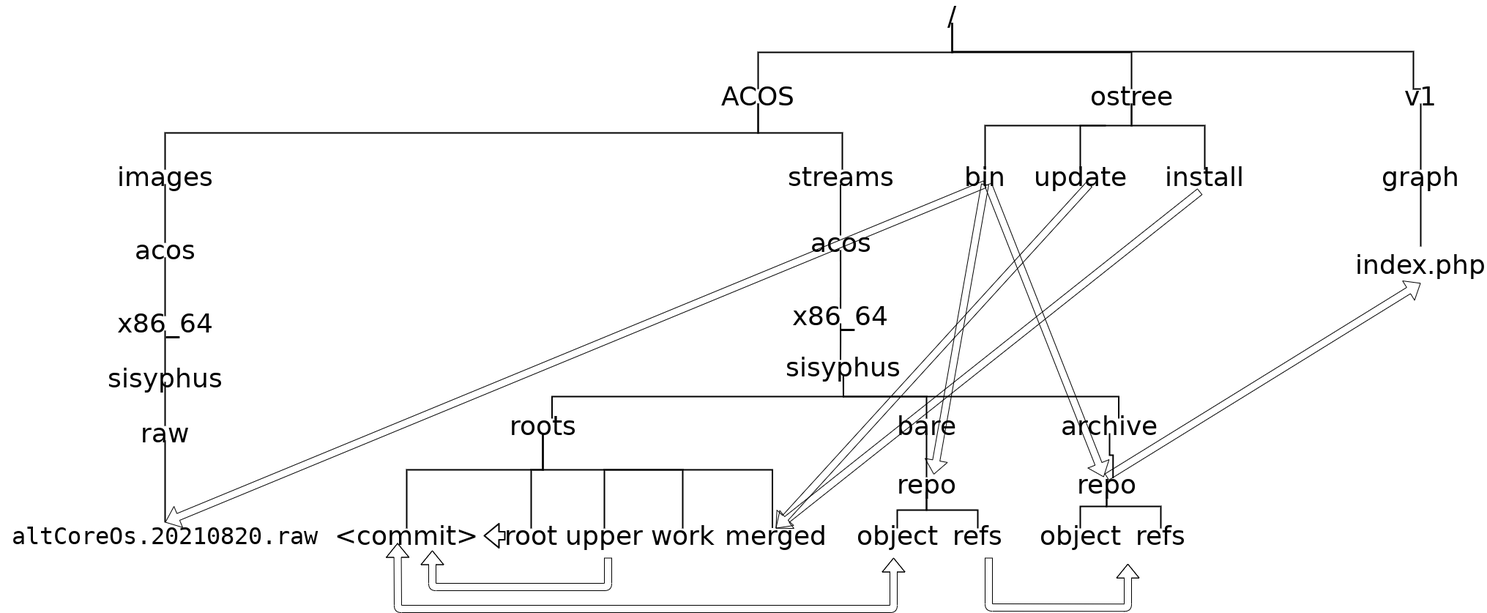
Before: docs/Images/tree.png, a diagram exported from draw.io (fl0pp5/getaltcos). Source tidied: cells renumbered, new cells last; positions are measured from the earlier drawing's top-left corner, leaving out a move shared by most shapes.
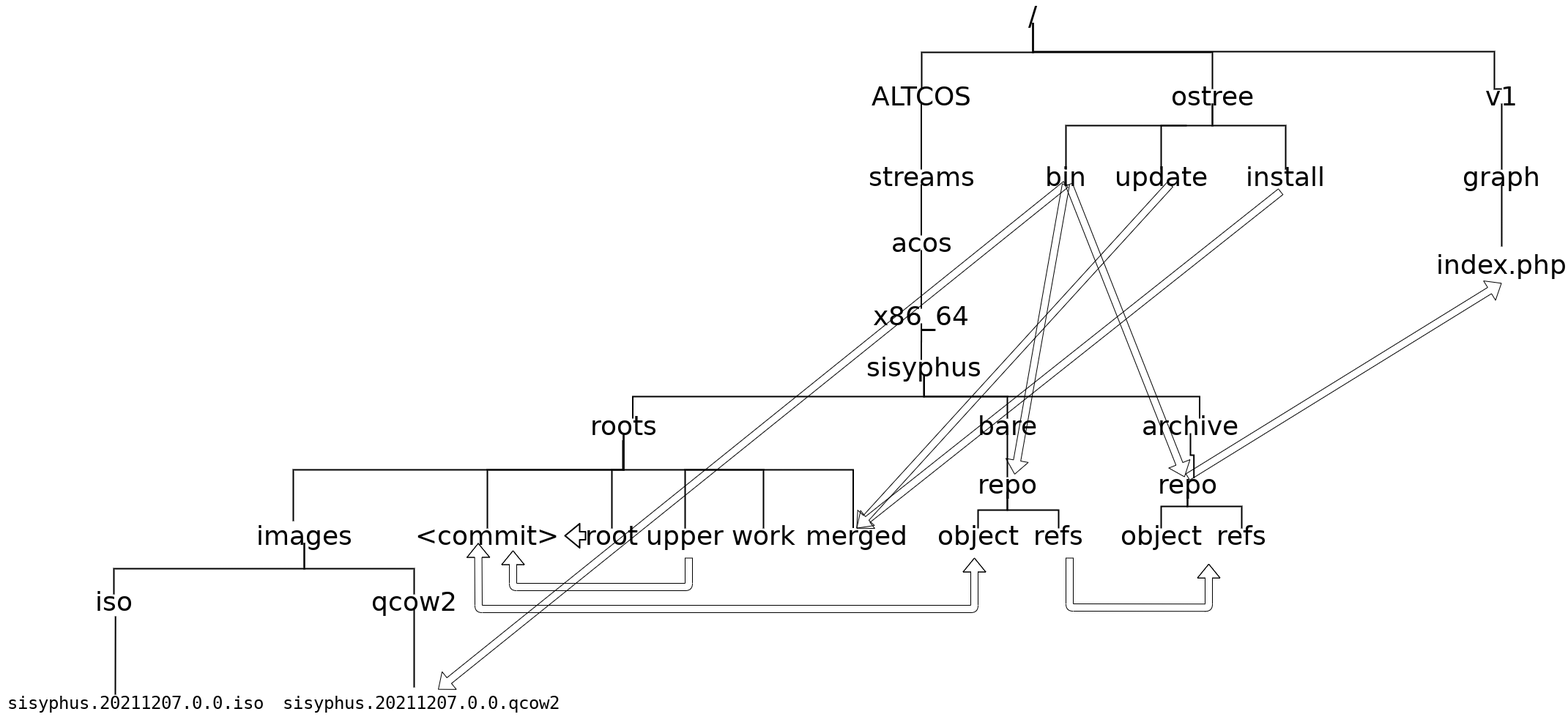
After the commit.

Commit message:
ОБновдена структура дерева

What changed in the source:
```diff
@@ -6,7 +6,7 @@
       <mxGeometry relative="1" as="geometry">
         <Array as="points">
           <mxPoint x="1300" y="60" />
-          <mxPoint x="1035" y="60" />
+          <mxPoint x="1148" y="60" />
         </Array>
       </mxGeometry>
     </mxCell>
@@ -29,24 +29,8 @@
     <mxCell id="5" value="&lt;font style=&quot;font-size: 36px&quot;&gt;/&lt;/font&gt;" style="text;html=1;strokeColor=none;fillColor=none;align=center;verticalAlign=middle;whiteSpace=wrap;rounded=0;" parent="1" vertex="1">
       <mxGeometry x="1280" width="40" height="20" as="geometry" />
     </mxCell>
-    <mxCell id="6" style="edgeStyle=orthogonalEdgeStyle;rounded=0;jettySize=auto;html=1;exitX=0.5;exitY=1;exitDx=0;exitDy=0;entryX=0.5;entryY=0;entryDx=0;entryDy=0;endArrow=none;endFill=0;strokeWidth=2;" parent="1" edge="1" source="8" target="14">
-      <mxGeometry relative="1" as="geometry">
-        <Array as="points">
-          <mxPoint x="1035" y="170" />
-          <mxPoint x="225" y="170" />
-        </Array>
-      </mxGeometry>
-    </mxCell>
-    <mxCell id="7" style="edgeStyle=orthogonalEdgeStyle;rounded=0;jettySize=auto;html=1;exitX=0.5;exitY=1;exitDx=0;exitDy=0;endArrow=none;endFill=0;strokeWidth=2;" parent="1" edge="1" source="8" target="29">
-      <mxGeometry relative="1" as="geometry">
-        <Array as="points">
-          <mxPoint x="1035" y="170" />
-          <mxPoint x="1150" y="170" />
-        </Array>
-      </mxGeometry>
-    </mxCell>
-    <mxCell id="8" value="&lt;font style=&quot;font-size: 36px&quot;&gt;ACOS&lt;/font&gt;" style="text;html=1;strokeColor=none;fillColor=none;align=center;verticalAlign=middle;whiteSpace=wrap;rounded=0;" parent="1" vertex="1">
-      <mxGeometry x="1010" y="110" width="50" height="20" as="geometry" />
+    <mxCell id="8" value="&lt;font style=&quot;font-size: 36px&quot;&gt;ALTCOS&lt;/font&gt;" style="text;html=1;strokeColor=none;fillColor=none;align=center;verticalAlign=middle;whiteSpace=wrap;rounded=0;" parent="1" vertex="1">
+      <mxGeometry x="1072.5" y="110" width="150" height="20" as="geometry" />
     </mxCell>
     <mxCell id="9" style="edgeStyle=orthogonalEdgeStyle;rounded=0;jettySize=auto;html=1;entryX=0.5;entryY=0;entryDx=0;entryDy=0;endArrow=none;endFill=0;strokeWidth=2;" parent="1" edge="1" source="10" target="12">
       <mxGeometry relative="1" as="geometry" />
@@ -60,11 +44,8 @@
     <mxCell id="12" value="&lt;span style=&quot;font-size: 36px&quot;&gt;graph&lt;/span&gt;" style="text;html=1;strokeColor=none;fillColor=none;align=center;verticalAlign=middle;whiteSpace=wrap;rounded=0;" parent="1" vertex="1">
       <mxGeometry x="1915" y="220" width="50" height="20" as="geometry" />
     </mxCell>
-    <mxCell id="13" style="edgeStyle=orthogonalEdgeStyle;rounded=0;jettySize=auto;html=1;exitX=0.5;exitY=1;exitDx=0;exitDy=0;entryX=0.5;entryY=0;entryDx=0;entryDy=0;endArrow=none;endFill=0;strokeWidth=2;" parent="1" edge="1" source="34" target="31">
-      <mxGeometry relative="1" as="geometry" />
-    </mxCell>
     <mxCell id="14" value="&lt;font style=&quot;font-size: 36px&quot;&gt;images&lt;/font&gt;" style="text;html=1;strokeColor=none;fillColor=none;align=center;verticalAlign=middle;whiteSpace=wrap;rounded=0;" parent="1" vertex="1">
-      <mxGeometry x="200" y="220" width="50" height="20" as="geometry" />
+      <mxGeometry x="250" y="710" width="110" height="20" as="geometry" />
     </mxCell>
     <mxCell id="15" style="edgeStyle=orthogonalEdgeStyle;rounded=0;jettySize=auto;html=1;entryX=0.75;entryY=0;entryDx=0;entryDy=0;endArrow=none;endFill=0;strokeWidth=2;" parent="1" edge="1" source="18" target="48">
       <mxGeometry relative="1" as="geometry">
@@ -88,12 +69,6 @@
     <mxCell id="18" value="&lt;font style=&quot;font-size: 36px&quot;&gt;sisyphus&lt;/font&gt;" style="text;html=1;strokeColor=none;fillColor=none;align=center;verticalAlign=middle;whiteSpace=wrap;rounded=0;" parent="1" vertex="1">
       <mxGeometry x="1126.2" y="480" width="50" height="20" as="geometry" />
     </mxCell>
-    <mxCell id="19" style="edgeStyle=orthogonalEdgeStyle;rounded=0;jettySize=auto;html=1;entryX=0.5;entryY=0;entryDx=0;entryDy=0;endArrow=none;endFill=0;strokeWidth=2;" parent="1" edge="1" source="20" target="59">
-      <mxGeometry relative="1" as="geometry" />
-    </mxCell>
-    <mxCell id="20" value="&lt;font style=&quot;font-size: 36px&quot;&gt;raw&lt;/font&gt;" style="text;html=1;strokeColor=none;fillColor=none;align=center;verticalAlign=middle;whiteSpace=wrap;rounded=0;" parent="1" vertex="1">
-      <mxGeometry x="200" y="570" width="50" height="20" as="geometry" />
-    </mxCell>
     <mxCell id="21" style="edgeStyle=orthogonalEdgeStyle;rounded=0;jettySize=auto;html=1;endArrow=none;endFill=0;strokeWidth=2;" parent="1" edge="1" source="23" target="25">
       <mxGeometry relative="1" as="geometry">
         <Array as="points">
@@ -137,24 +112,6 @@
     <mxCell id="29" value="&lt;font style=&quot;font-size: 36px&quot;&gt;streams&lt;/font&gt;" style="text;html=1;strokeColor=none;fillColor=none;align=center;verticalAlign=middle;whiteSpace=wrap;rounded=0;" parent="1" vertex="1">
       <mxGeometry x="1122.5" y="220" width="50" height="20" as="geometry" />
     </mxCell>
-    <mxCell id="30" style="edgeStyle=orthogonalEdgeStyle;rounded=0;jettySize=auto;html=1;entryX=0.5;entryY=0;entryDx=0;entryDy=0;endArrow=none;endFill=0;strokeWidth=2;" parent="1" edge="1" source="31" target="20">
-      <mxGeometry relative="1" as="geometry" />
-    </mxCell>
-    <mxCell id="31" value="&lt;font style=&quot;font-size: 36px&quot;&gt;sisyphus&lt;/font&gt;" style="text;html=1;strokeColor=none;fillColor=none;align=center;verticalAlign=middle;whiteSpace=wrap;rounded=0;" parent="1" vertex="1">
-      <mxGeometry x="200" y="500" width="50" height="10" as="geometry" />
-    </mxCell>
-    <mxCell id="32" value="&lt;font style=&quot;font-size: 36px&quot;&gt;acos&lt;/font&gt;" style="text;html=1;strokeColor=none;fillColor=none;align=center;verticalAlign=middle;whiteSpace=wrap;rounded=0;" parent="1" vertex="1">
-      <mxGeometry x="200" y="320" width="50" height="20" as="geometry" />
-    </mxCell>
-    <mxCell id="33" style="edgeStyle=orthogonalEdgeStyle;rounded=0;jettySize=auto;html=1;exitX=0.5;exitY=1;exitDx=0;exitDy=0;entryX=0.5;entryY=0;entryDx=0;entryDy=0;endArrow=none;endFill=0;strokeWidth=2;" parent="1" edge="1" source="14" target="32">
-      <mxGeometry relative="1" as="geometry" />
-    </mxCell>
-    <mxCell id="34" value="&lt;font style=&quot;font-size: 36px&quot;&gt;x86_64&lt;/font&gt;" style="text;html=1;strokeColor=none;fillColor=none;align=center;verticalAlign=middle;whiteSpace=wrap;rounded=0;" parent="1" vertex="1">
-      <mxGeometry x="200" y="420" width="50" height="20" as="geometry" />
-    </mxCell>
-    <mxCell id="35" style="edgeStyle=orthogonalEdgeStyle;rounded=0;jettySize=auto;html=1;exitX=0.5;exitY=1;exitDx=0;exitDy=0;entryX=0.5;entryY=0;entryDx=0;entryDy=0;endArrow=none;endFill=0;strokeWidth=2;" parent="1" edge="1" source="32" target="34">
-      <mxGeometry relative="1" as="geometry" />
-    </mxCell>
     <mxCell id="36" style="edgeStyle=orthogonalEdgeStyle;rounded=0;jettySize=auto;html=1;endArrow=none;endFill=0;strokeWidth=2;" parent="1" edge="1" source="37" target="39">
       <mxGeometry relative="1" as="geometry" />
     </mxCell>
@@ -244,8 +201,8 @@
     <mxCell id="58" value="&lt;span style=&quot;font-size: 36px&quot;&gt;merged&lt;/span&gt;" style="text;html=1;strokeColor=none;fillColor=none;align=center;verticalAlign=middle;whiteSpace=wrap;rounded=0;" parent="1" vertex="1">
       <mxGeometry x="1034" y="710" width="50" height="20" as="geometry" />
     </mxCell>
-    <mxCell id="59" value="&lt;span style=&quot;font-family: monospace&quot;&gt;&lt;span style=&quot;background-color: rgb(255 , 255 , 255)&quot;&gt;&lt;font style=&quot;font-size: 32px&quot;&gt;altCoreOs.20210820.raw&lt;/font&gt;&lt;/span&gt;&lt;br&gt;&lt;/span&gt;" style="text;html=1;strokeColor=none;fillColor=none;align=center;verticalAlign=middle;whiteSpace=wrap;rounded=0;" parent="1" vertex="1">
-      <mxGeometry y="701.8" width="450" height="36.5" as="geometry" />
+    <mxCell id="59" value="&lt;span style=&quot;font-family: monospace&quot;&gt;&lt;span style=&quot;background-color: rgb(255 , 255 , 255)&quot;&gt;&lt;font style=&quot;font-size: 24px&quot;&gt;sisyphus.20211207.0.0.qcow2&lt;/font&gt;&lt;/span&gt;&lt;br&gt;&lt;/span&gt;" style="text;html=1;strokeColor=none;fillColor=none;align=center;verticalAlign=middle;whiteSpace=wrap;rounded=0;" parent="1" vertex="1">
+      <mxGeometry x="280" y="930" width="370" height="36.5" as="geometry" />
     </mxCell>
     <mxCell id="60" style="shape=flexArrow;endArrow=classic;html=1;strokeWidth=2;" parent="1" edge="1">
       <mxGeometry relative="1" as="geometry">
@@ -317,7 +274,7 @@
         <mxPoint x="1638.5" y="250" as="sourcePoint" />
       </mxGeometry>
     </mxCell>
-    <mxCell id="73" style="shape=flexArrow;endArrow=classic;html=1;entryX=0.5;entryY=0;entryDx=0;entryDy=0;" parent="1" edge="1" target="59">
+    <mxCell id="73" style="shape=flexArrow;endArrow=classic;html=1;" parent="1" edge="1" target="59">
       <mxGeometry relative="1" as="geometry">
         <mxPoint x="1345" y="240" as="sourcePoint" />
       </mxGeometry>
@@ -328,5 +285,43 @@
     <mxCell id="75" style="shape=flexArrow;endArrow=classic;html=1;" parent="1" edge="1" source="65" target="23">
       <mxGeometry relative="1" as="geometry" />
     </mxCell>
+    <mxCell id="76" style="endArrow=none;html=1;entryX=0.5;entryY=1;entryDx=0;entryDy=0;exitX=0.5;exitY=0;exitDx=0;exitDy=0;strokeWidth=2;" parent="1" edge="1" source="29" target="8">
+      <mxGeometry relative="1" as="geometry" />
+    </mxCell>
+    <mxCell id="77" style="endArrow=none;html=1;strokeWidth=2;entryX=0.48;entryY=1.5;entryDx=0;entryDy=0;entryPerimeter=0;edgeStyle=orthogonalEdgeStyle;rounded=0;" parent="1" edge="1" target="48">
+      <mxGeometry relative="1" as="geometry">
+        <mxPoint x="290" y="700" as="sourcePoint" />
+        <Array as="points">
+          <mxPoint x="290" y="630" />
+          <mxPoint x="740" y="630" />
+        </Array>
+      </mxGeometry>
+    </mxCell>
+    <mxCell id="78" value="&lt;font style=&quot;font-size: 36px&quot;&gt;qcow2&lt;/font&gt;" style="text;html=1;strokeColor=none;fillColor=none;align=center;verticalAlign=middle;whiteSpace=wrap;rounded=0;" parent="1" vertex="1">
+      <mxGeometry x="400" y="800" width="110" height="20" as="geometry" />
+    </mxCell>
+    <mxCell id="79" value="&lt;font style=&quot;font-size: 36px&quot;&gt;iso&lt;/font&gt;" style="text;html=1;strokeColor=none;fillColor=none;align=center;verticalAlign=middle;whiteSpace=wrap;rounded=0;" parent="1" vertex="1">
+      <mxGeometry x="-10" y="800" width="110" height="20" as="geometry" />
+    </mxCell>
+    <mxCell id="80" style="endArrow=none;html=1;strokeWidth=2;entryX=0.5;entryY=1;entryDx=0;entryDy=0;" parent="1" edge="1" target="78">
+      <mxGeometry relative="1" as="geometry">
+        <mxPoint x="455" y="927" as="sourcePoint" />
+      </mxGeometry>
+    </mxCell>
+    <mxCell id="81" style="endArrow=none;html=1;strokeWidth=2;exitX=0.5;exitY=0;exitDx=0;exitDy=0;edgeStyle=orthogonalEdgeStyle;rounded=0;" parent="1" edge="1" source="79" target="14">
+      <mxGeometry relative="1" as="geometry" />
+    </mxCell>
+    <mxCell id="82" value="&lt;span style=&quot;font-family: monospace&quot;&gt;&lt;span style=&quot;background-color: rgb(255 , 255 , 255)&quot;&gt;&lt;font style=&quot;font-size: 24px&quot;&gt;sisyphus.20211207.0.0.iso&lt;/font&gt;&lt;/span&gt;&lt;br&gt;&lt;/span&gt;" style="text;html=1;strokeColor=none;fillColor=none;align=center;verticalAlign=middle;whiteSpace=wrap;rounded=0;" parent="1" vertex="1">
+      <mxGeometry x="-110" y="930" width="370" height="36.5" as="geometry" />
+    </mxCell>
+    <mxCell id="83" style="endArrow=none;html=1;strokeWidth=2;entryX=0.5;entryY=1;entryDx=0;entryDy=0;" parent="1" edge="1">
+      <mxGeometry relative="1" as="geometry">
+        <mxPoint x="47" y="937" as="sourcePoint" />
+        <mxPoint x="47.2" y="830" as="targetPoint" />
+      </mxGeometry>
+    </mxCell>
+    <mxCell id="84" style="endArrow=none;html=1;strokeWidth=2;exitX=0.5;exitY=0;exitDx=0;exitDy=0;entryX=0.5;entryY=1;entryDx=0;entryDy=0;edgeStyle=orthogonalEdgeStyle;rounded=0;" parent="1" edge="1" source="78" target="14">
+      <mxGeometry relative="1" as="geometry" />
+    </mxCell>
   </root>
 </mxGraphModel>
```
